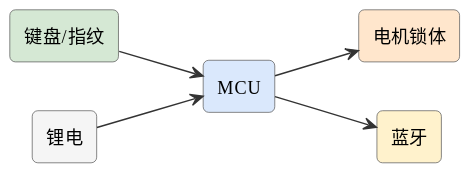
Above: assets/diagrams/ideas-fig13.svg in mingyi0818/IntelligentMcuCourse (PlantUML), before the change. The source it was exported from:
```plantuml
@startuml
skinparam defaultFontName "Microsoft YaHei"
skinparam rectangleRoundCorner 8
skinparam rectangleBorderColor #555
skinparam rectangleFontSize 13
skinparam arrowFontSize 11
skinparam arrowColor #333
left to right direction
rectangle "键盘/指纹" as kp #d5e8d4
rectangle "MCU" as mcu #dae8fc
rectangle "电机锁体" as motor #ffe6cc
rectangle "蓝牙" as bt #fff2cc
rectangle "锂电" as batt #f5f5f5
kp --> mcu
mcu --> motor
mcu --> bt
batt --> mcu
@enduml
```
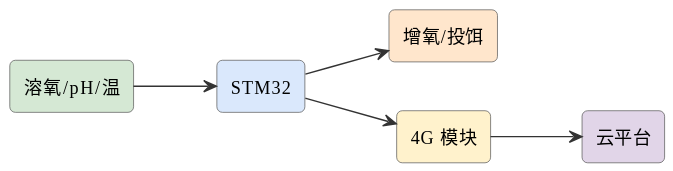
After the change.

The edit, as a diff of the source:
```diff
@@ -6,13 +6,13 @@
 skinparam arrowFontSize 11
 skinparam arrowColor #333
 left to right direction
-rectangle "键盘/指纹" as kp #d5e8d4
-rectangle "MCU" as mcu #dae8fc
-rectangle "电机锁体" as motor #ffe6cc
-rectangle "蓝牙" as bt #fff2cc
-rectangle "锂电" as batt #f5f5f5
-kp --> mcu
-mcu --> motor
-mcu --> bt
-batt --> mcu
+rectangle "溶氧/pH/温" as s #d5e8d4
+rectangle "STM32" as stm #dae8fc
+rectangle "增氧/投饵" as pump #ffe6cc
+rectangle "4G 模块" as g #fff2cc
+rectangle "云平台" as cloud #e1d5e8
+s --> stm
+stm --> pump
+stm --> g
+g --> cloud
 @enduml
```
